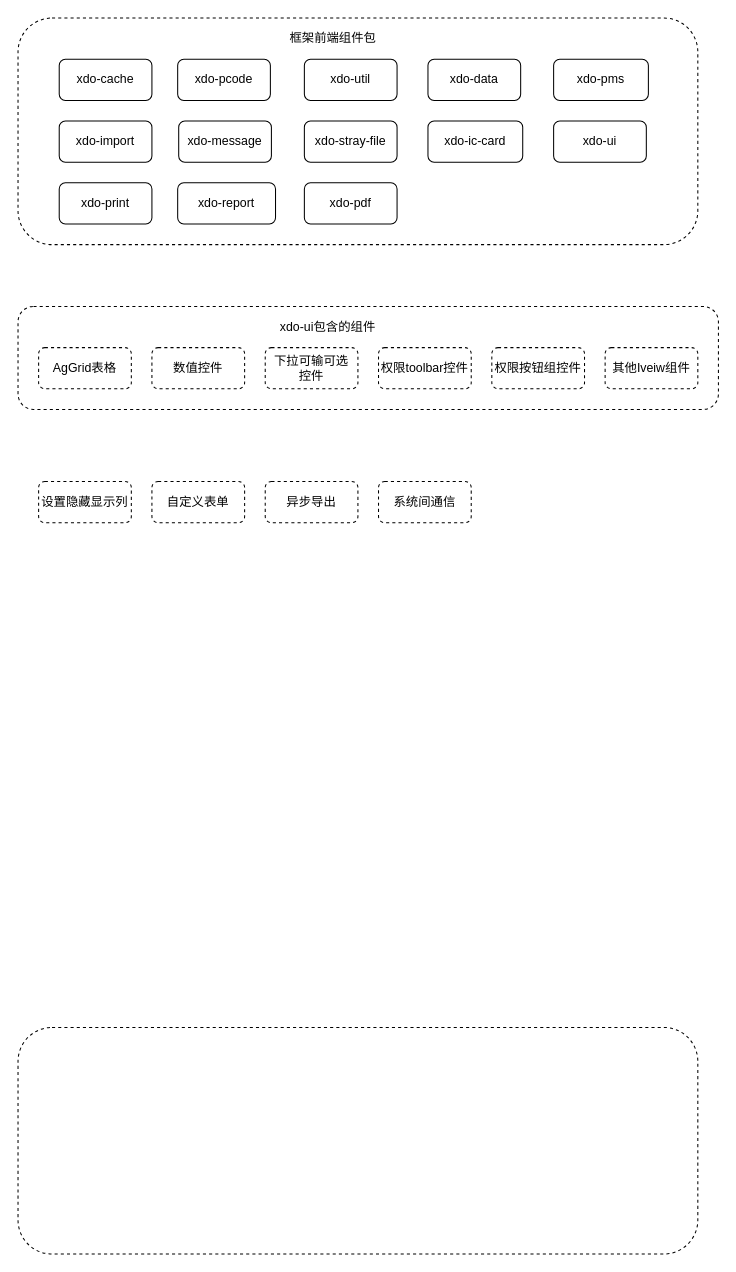
tosyue/drow keeps this draw.io diagram as 框架组件.drawio. Above is the earlier version. Source tidied: cells renumbered, new cells numbered last; positions are measured from the earlier drawing's top-left corner, leaving out a move shared by most shapes. Both pictures are drawn from the tidied source at 103%, with x=0, y=0 at pixel (18, 18).
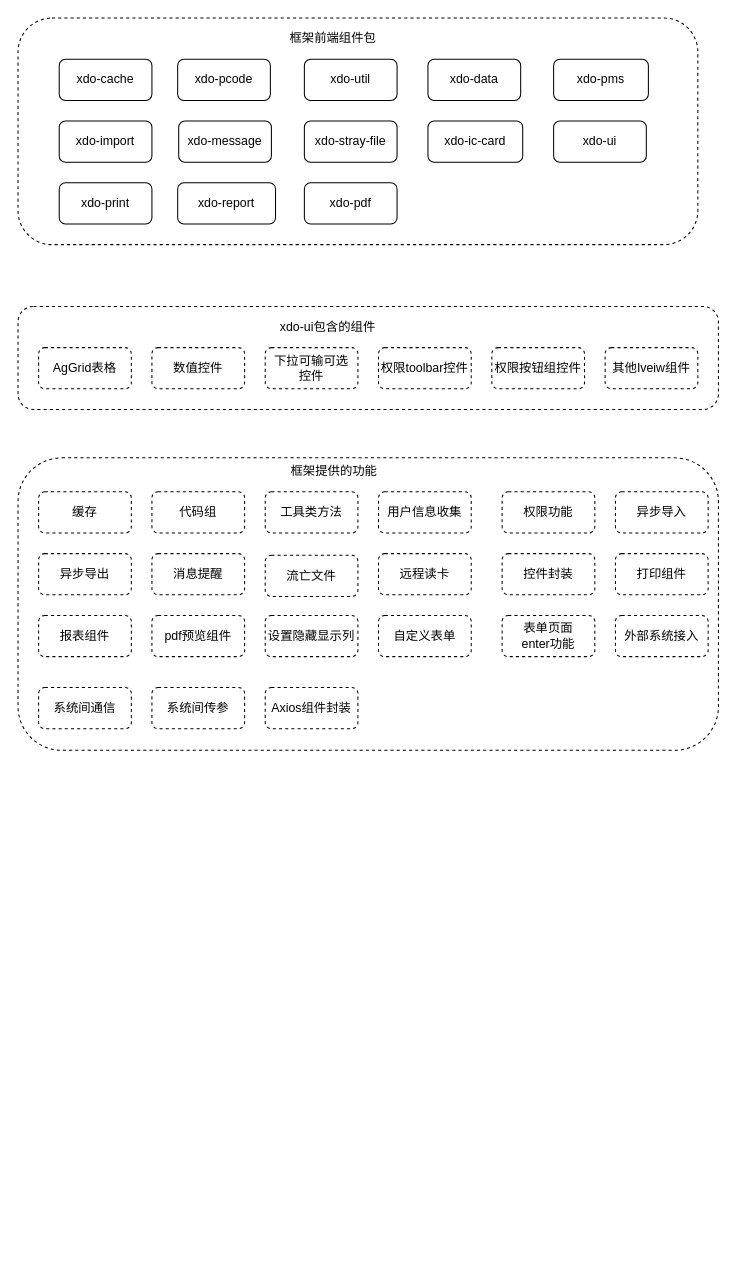
Above is the later version.

Change to the diagram source:
```diff
@@
-    <mxCell id="26" style="rounded=1;whiteSpace=wrap;html=1;dashed=1;fillColor=none;" parent="1" vertex="1">
-      <mxGeometry y="980" width="660" height="220" as="geometry" />
-    </mxCell>
     <mxCell id="27" value="设置隐藏显示列" style="rounded=1;whiteSpace=wrap;html=1;dashed=1;fillColor=none;" parent="1" vertex="1">
-      <mxGeometry x="20" y="450" width="90" height="40" as="geometry" />
+      <mxGeometry x="240" y="580" width="90" height="40" as="geometry" />
     </mxCell>
     <mxCell id="28" value="自定义表单" style="rounded=1;whiteSpace=wrap;html=1;dashed=1;fillColor=none;" parent="1" vertex="1">
-      <mxGeometry x="130" y="450" width="90" height="40" as="geometry" />
+      <mxGeometry x="350" y="580" width="90" height="40" as="geometry" />
     </mxCell>
     <mxCell id="29" value="系统间通信" style="rounded=1;whiteSpace=wrap;html=1;dashed=1;fillColor=none;" parent="1" vertex="1">
-      <mxGeometry x="350" y="450" width="90" height="40" as="geometry" />
+      <mxGeometry x="20" y="650" width="90" height="40" as="geometry" />
     </mxCell>
     <mxCell id="30" value="异步导出" style="rounded=1;whiteSpace=wrap;html=1;dashed=1;fillColor=none;" parent="1" vertex="1">
-      <mxGeometry x="240" y="450" width="90" height="40" as="geometry" />
+      <mxGeometry x="20" y="520" width="90" height="40" as="geometry" />
     </mxCell>
+    <mxCell id="31" value="系统间传参" style="rounded=1;whiteSpace=wrap;html=1;dashed=1;fillColor=none;" parent="1" vertex="1">
+      <mxGeometry x="130" y="650" width="90" height="40" as="geometry" />
+    </mxCell>
+    <mxCell id="32" value="外部系统接入" style="rounded=1;whiteSpace=wrap;html=1;dashed=1;fillColor=none;" parent="1" vertex="1">
+      <mxGeometry x="580" y="580" width="90" height="40" as="geometry" />
+    </mxCell>
+    <mxCell id="33" value="表单页面&lt;br&gt;enter功能" style="rounded=1;whiteSpace=wrap;html=1;dashed=1;fillColor=none;" parent="1" vertex="1">
+      <mxGeometry x="470" y="580" width="90" height="40" as="geometry" />
+    </mxCell>
+    <mxCell id="34" style="rounded=1;whiteSpace=wrap;html=1;dashed=1;fillColor=none;" parent="1" vertex="1">
+      <mxGeometry y="427" width="680" height="284" as="geometry" />
+    </mxCell>
+    <mxCell id="35" value="框架提供的功能" style="text;html=1;strokeColor=none;fillColor=none;align=center;verticalAlign=middle;whiteSpace=wrap;rounded=0;dashed=1;" parent="1" vertex="1">
+      <mxGeometry x="246" y="430" width="122" height="20" as="geometry" />
+    </mxCell>
+    <mxCell id="36" value="异步导入" style="rounded=1;whiteSpace=wrap;html=1;dashed=1;fillColor=none;" parent="1" vertex="1">
+      <mxGeometry x="580" y="460" width="90" height="40" as="geometry" />
+    </mxCell>
+    <mxCell id="37" value="缓存" style="rounded=1;whiteSpace=wrap;html=1;dashed=1;fillColor=none;" parent="1" vertex="1">
+      <mxGeometry x="20" y="460" width="90" height="40" as="geometry" />
+    </mxCell>
+    <mxCell id="38" value="代码组" style="rounded=1;whiteSpace=wrap;html=1;dashed=1;fillColor=none;" parent="1" vertex="1">
+      <mxGeometry x="130" y="460" width="90" height="40" as="geometry" />
+    </mxCell>
+    <mxCell id="39" value="工具类方法" style="rounded=1;whiteSpace=wrap;html=1;dashed=1;fillColor=none;" parent="1" vertex="1">
+      <mxGeometry x="240" y="460" width="90" height="40" as="geometry" />
+    </mxCell>
+    <mxCell id="40" value="用户信息收集" style="rounded=1;whiteSpace=wrap;html=1;dashed=1;fillColor=none;" parent="1" vertex="1">
+      <mxGeometry x="350" y="460" width="90" height="40" as="geometry" />
+    </mxCell>
+    <mxCell id="41" value="权限功能" style="rounded=1;whiteSpace=wrap;html=1;dashed=1;fillColor=none;" parent="1" vertex="1">
+      <mxGeometry x="470" y="460" width="90" height="40" as="geometry" />
+    </mxCell>
+    <mxCell id="42" value="消息提醒" style="rounded=1;whiteSpace=wrap;html=1;dashed=1;fillColor=none;" parent="1" vertex="1">
+      <mxGeometry x="130" y="520" width="90" height="40" as="geometry" />
+    </mxCell>
+    <mxCell id="43" value="流亡文件" style="rounded=1;whiteSpace=wrap;html=1;dashed=1;fillColor=none;" parent="1" vertex="1">
+      <mxGeometry x="240" y="521.6" width="90" height="40" as="geometry" />
+    </mxCell>
+    <mxCell id="44" value="远程读卡" style="rounded=1;whiteSpace=wrap;html=1;dashed=1;fillColor=none;" parent="1" vertex="1">
+      <mxGeometry x="350" y="520" width="90" height="40" as="geometry" />
+    </mxCell>
+    <mxCell id="45" value="控件封装" style="rounded=1;whiteSpace=wrap;html=1;dashed=1;fillColor=none;" parent="1" vertex="1">
+      <mxGeometry x="470" y="520" width="90" height="40" as="geometry" />
+    </mxCell>
+    <mxCell id="46" value="打印组件" style="rounded=1;whiteSpace=wrap;html=1;dashed=1;fillColor=none;" parent="1" vertex="1">
+      <mxGeometry x="580" y="520" width="90" height="40" as="geometry" />
+    </mxCell>
+    <mxCell id="47" value="报表组件" style="rounded=1;whiteSpace=wrap;html=1;dashed=1;fillColor=none;" parent="1" vertex="1">
+      <mxGeometry x="20" y="580" width="90" height="40" as="geometry" />
+    </mxCell>
+    <mxCell id="48" value="pdf预览组件" style="rounded=1;whiteSpace=wrap;html=1;dashed=1;fillColor=none;" parent="1" vertex="1">
+      <mxGeometry x="130" y="580" width="90" height="40" as="geometry" />
+    </mxCell>
+    <mxCell id="49" value="Axios组件封装" style="rounded=1;whiteSpace=wrap;html=1;dashed=1;fillColor=none;" parent="1" vertex="1">
+      <mxGeometry x="240" y="650" width="90" height="40" as="geometry" />
+    </mxCell>
```
